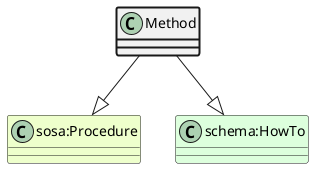
Above: ttl_uml/ttl_appn_Method.png in aus-plant-phenomics-network/appn-schema (PlantUML), before the change.
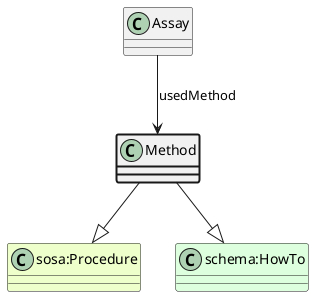
After the change.

Diff of the diagram source:
```diff
@@ -4,4 +4,6 @@
 Method --|> "sosa:Procedure"
 class "schema:HowTo" #DDFFDD
 Method --|> "schema:HowTo"
+class Assay
+Assay --> Method : usedMethod
 @enduml
```
